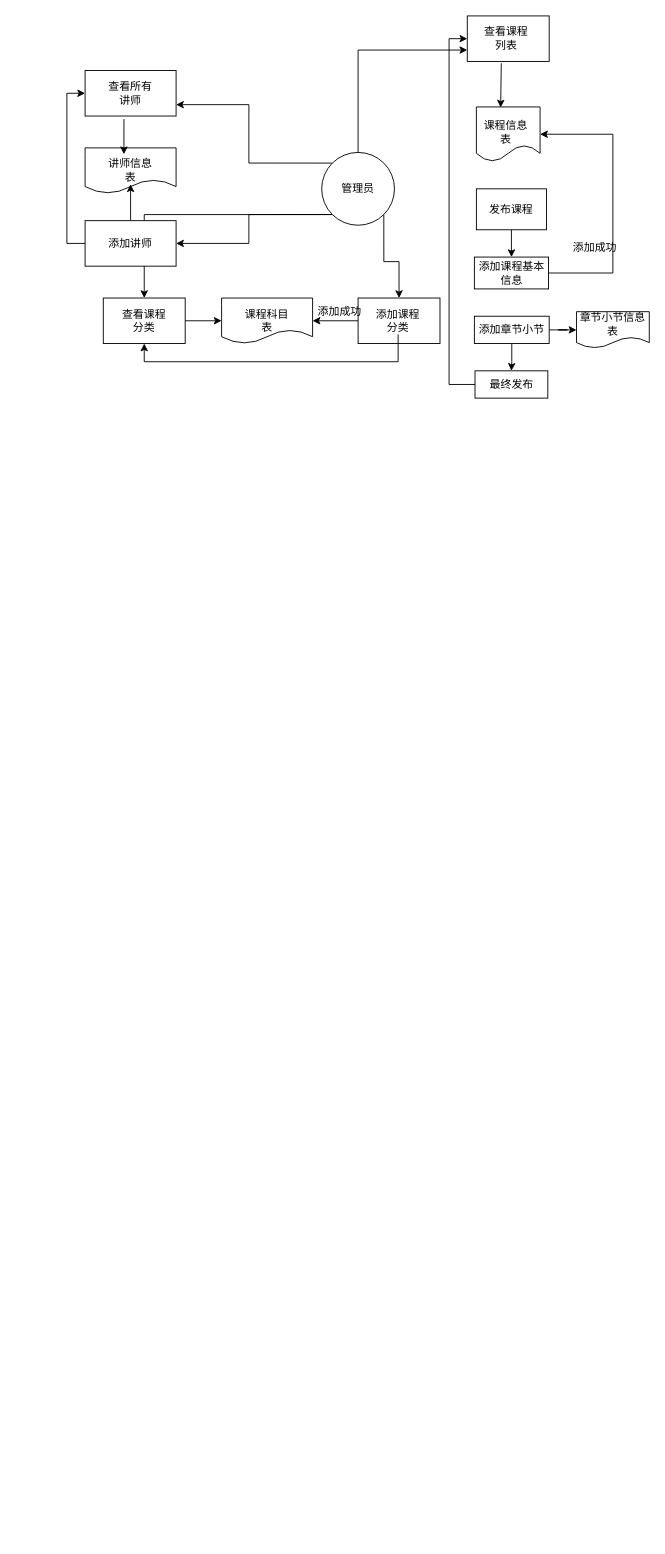
Earlier version of the draw.io diagram images/业务流程图.drawio (biienu/draw-io). Source tidied: cells renumbered, new cells numbered last; positions are measured from the earlier drawing's top-left corner, leaving out a move shared by most shapes. Both pictures are drawn from the tidied source at 91%, with x=0, y=0 at pixel (66, 15).
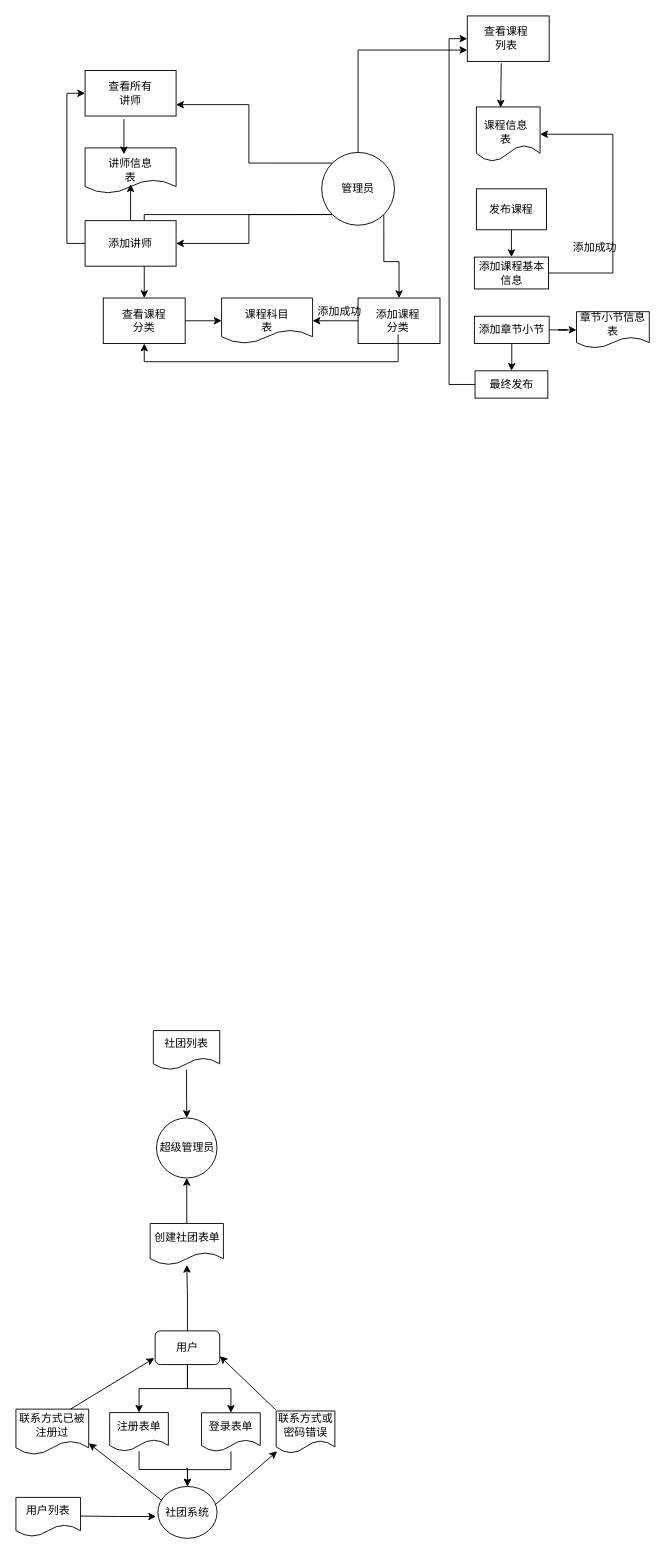
Above is the later version.

Commit message:
更新业务流程图.drawio

Change to the diagram source:
```diff
@@
+    <mxCell id="44" style="edgeStyle=orthogonalEdgeStyle;rounded=0;jettySize=auto;html=1;" parent="1" edge="1" source="47" target="49">
+      <mxGeometry relative="1" as="geometry" />
+    </mxCell>
+    <mxCell id="45" style="edgeStyle=orthogonalEdgeStyle;rounded=0;jettySize=auto;html=1;entryX=0.5;entryY=0;entryDx=0;entryDy=0;" parent="1" edge="1" source="47" target="55">
+      <mxGeometry relative="1" as="geometry" />
+    </mxCell>
+    <mxCell id="46" style="edgeStyle=orthogonalEdgeStyle;rounded=0;jettySize=auto;html=1;" parent="1" edge="1" source="47" target="60">
+      <mxGeometry relative="1" as="geometry" />
+    </mxCell>
+    <mxCell id="47" value="用户" style="rounded=1;whiteSpace=wrap;html=1;" parent="1" vertex="1">
+      <mxGeometry x="97" y="1445" width="71" height="37" as="geometry" />
+    </mxCell>
+    <mxCell id="48" style="edgeStyle=orthogonalEdgeStyle;rounded=0;jettySize=auto;html=1;" parent="1" edge="1" source="49" target="50">
+      <mxGeometry relative="1" as="geometry" />
+    </mxCell>
+    <mxCell id="49" value="注册表单" style="shape=document;whiteSpace=wrap;html=1;boundedLbl=1;rounded=1;" parent="1" vertex="1">
+      <mxGeometry x="47" y="1534.8" width="64.5" height="42.5" as="geometry" />
+    </mxCell>
+    <mxCell id="50" value="社团系统" style="ellipse;whiteSpace=wrap;html=1;" parent="1" vertex="1">
+      <mxGeometry x="100" y="1616" width="65" height="57" as="geometry" />
+    </mxCell>
+    <mxCell id="51" value="联系方式已被注册过" style="shape=document;whiteSpace=wrap;html=1;boundedLbl=1;" parent="1" vertex="1">
+      <mxGeometry x="-56" y="1531" width="80" height="50" as="geometry" />
+    </mxCell>
+    <mxCell id="52" style="endArrow=classic;html=1;rounded=0;exitX=0.072;exitY=0.275;exitDx=0;exitDy=0;exitPerimeter=0;entryX=1;entryY=0.75;entryDx=0;entryDy=0;" parent="1" edge="1" source="50" target="51">
+      <mxGeometry relative="1" as="geometry" />
+    </mxCell>
+    <mxCell id="53" style="endArrow=classic;html=1;rounded=0;exitX=0.75;exitY=0;exitDx=0;exitDy=0;" parent="1" edge="1" source="51">
+      <mxGeometry relative="1" as="geometry">
+        <mxPoint x="96" y="1475" as="targetPoint" />
+      </mxGeometry>
+    </mxCell>
+    <mxCell id="54" style="edgeStyle=orthogonalEdgeStyle;rounded=0;jettySize=auto;html=1;entryX=0.5;entryY=0;entryDx=0;entryDy=0;" parent="1" edge="1" source="55" target="50">
+      <mxGeometry relative="1" as="geometry" />
+    </mxCell>
+    <mxCell id="55" value="登录表单" style="shape=document;whiteSpace=wrap;html=1;boundedLbl=1;rounded=1;" parent="1" vertex="1">
+      <mxGeometry x="148" y="1535" width="64.5" height="42.5" as="geometry" />
+    </mxCell>
+    <mxCell id="56" value="联系方式或密码错误" style="shape=document;whiteSpace=wrap;html=1;boundedLbl=1;rounded=1;" parent="1" vertex="1">
+      <mxGeometry x="230" y="1533" width="64.5" height="46.5" as="geometry" />
+    </mxCell>
+    <mxCell id="57" style="endArrow=classic;html=1;rounded=0;exitX=0.964;exitY=0.357;exitDx=0;exitDy=0;exitPerimeter=0;entryX=0.016;entryY=0.953;entryDx=0;entryDy=0;entryPerimeter=0;" parent="1" edge="1" source="50" target="56">
+      <mxGeometry relative="1" as="geometry" />
+    </mxCell>
+    <mxCell id="58" style="endArrow=classic;html=1;rounded=0;entryX=1;entryY=0.75;entryDx=0;entryDy=0;exitX=-0.005;exitY=-0.022;exitDx=0;exitDy=0;exitPerimeter=0;" parent="1" edge="1" source="56" target="47">
+      <mxGeometry relative="1" as="geometry" />
+    </mxCell>
+    <mxCell id="59" style="edgeStyle=orthogonalEdgeStyle;rounded=0;jettySize=auto;html=1;exitX=0.5;exitY=0;exitDx=0;exitDy=0;entryX=0.5;entryY=1;entryDx=0;entryDy=0;" parent="1" edge="1" source="60" target="63">
+      <mxGeometry relative="1" as="geometry" />
+    </mxCell>
+    <mxCell id="60" value="创建社团表单" style="shape=document;whiteSpace=wrap;html=1;boundedLbl=1;rounded=1;" parent="1" vertex="1">
+      <mxGeometry x="91.5" y="1327" width="80.5" height="45.5" as="geometry" />
+    </mxCell>
+    <mxCell id="61" style="edgeStyle=orthogonalEdgeStyle;rounded=0;orthogonalLoop=1;jettySize=auto;html=1;exitX=1;exitY=0.5;exitDx=0;exitDy=0;" parent="1" edge="1">
+      <mxGeometry relative="1" as="geometry">
+        <mxPoint x="15" y="1648.5" as="sourcePoint" />
+        <mxPoint x="98" y="1649" as="targetPoint" />
+      </mxGeometry>
+    </mxCell>
+    <mxCell id="62" value="用户列表" style="shape=document;whiteSpace=wrap;html=1;boundedLbl=1;" parent="1" vertex="1">
+      <mxGeometry x="-56" y="1628" width="71" height="43" as="geometry" />
+    </mxCell>
+    <mxCell id="63" value="超级管理员" style="ellipse;whiteSpace=wrap;html=1;" parent="1" vertex="1">
+      <mxGeometry x="98.5" y="1211" width="66.5" height="66" as="geometry" />
+    </mxCell>
+    <mxCell id="64" style="edgeStyle=orthogonalEdgeStyle;rounded=0;jettySize=auto;html=1;" parent="1" edge="1" source="65" target="63">
+      <mxGeometry relative="1" as="geometry" />
+    </mxCell>
+    <mxCell id="65" value="社团列表" style="shape=document;whiteSpace=wrap;html=1;boundedLbl=1;" parent="1" vertex="1">
+      <mxGeometry x="95" y="1115" width="73" height="43" as="geometry" />
+    </mxCell>
```
